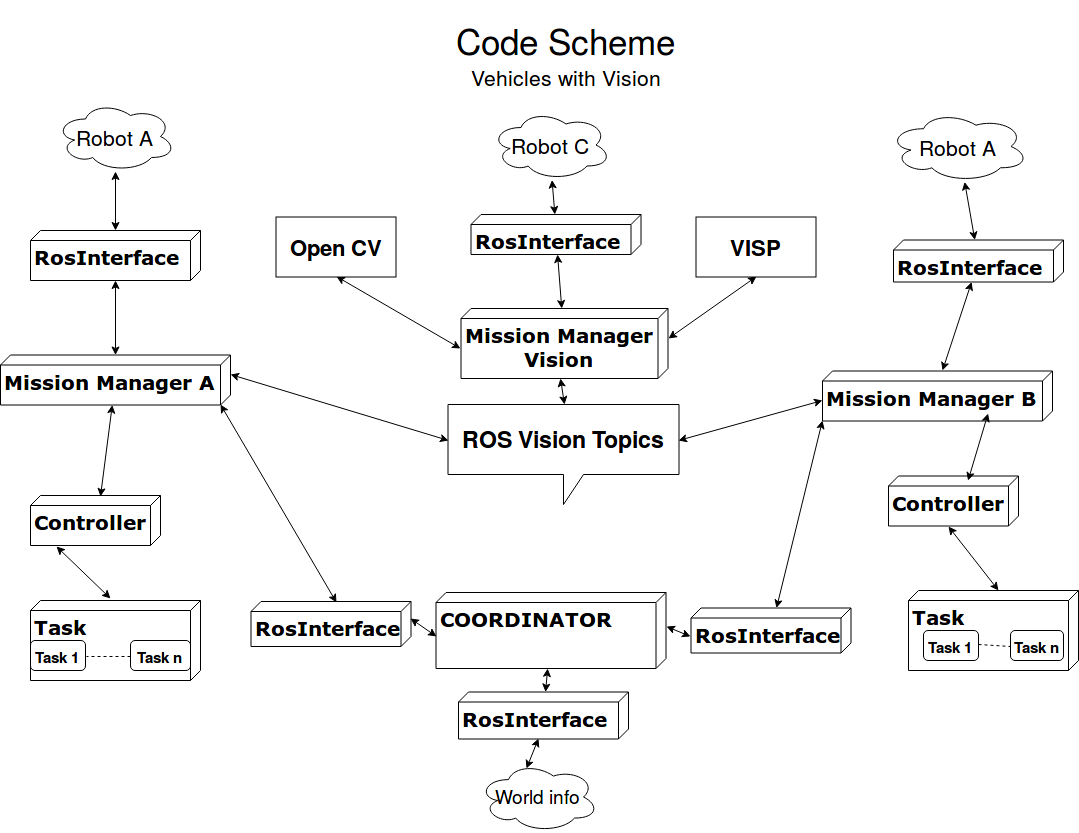
Above: images/CodeScheme.png in torydebra/AUV-Coop-Assembly (draw.io), before the change. Source tidied: cells renumbered, new cells last; positions are measured from the earlier drawing's top-left corner, leaving out a move shared by most shapes.
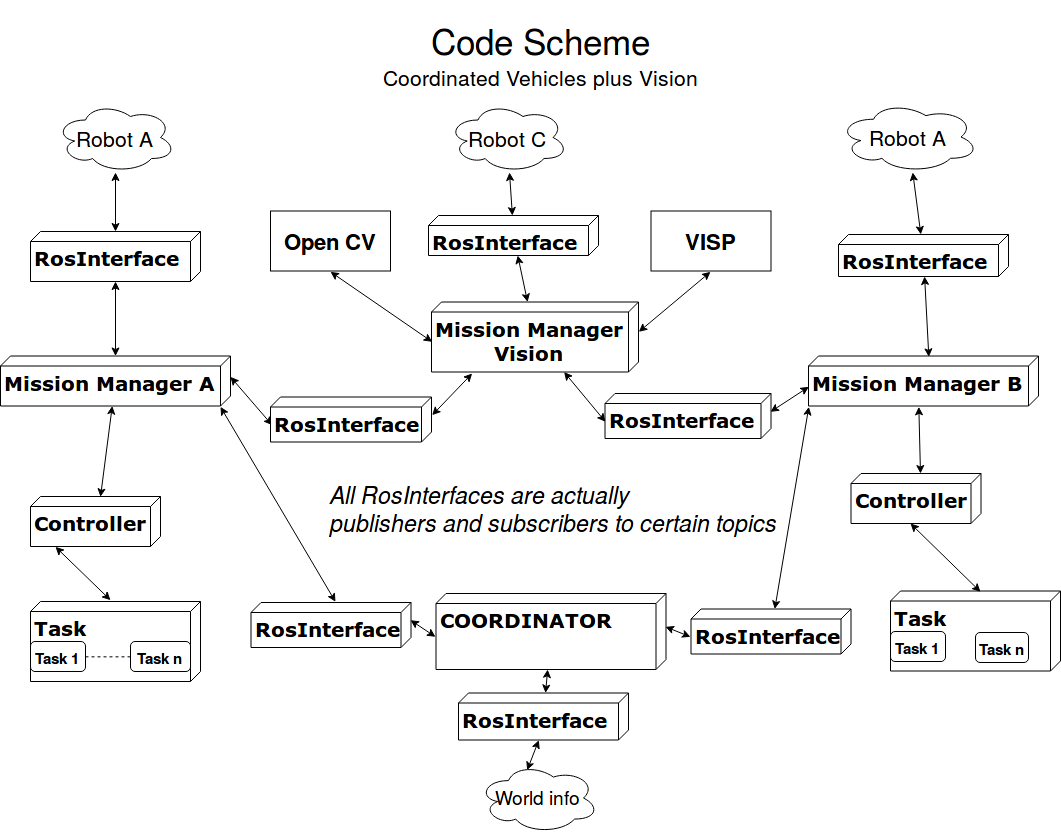
Above is the later version.

Commit message:
scheme corrected

What changed in the source:
```diff
@@ -34,20 +34,23 @@
     <mxCell id="11" style="endArrow=classic;startArrow=classic;html=1;exitX=0;exitY=0;exitDx=0;exitDy=60;exitPerimeter=0;" parent="1" edge="1" source="8" target="4">
       <mxGeometry relative="1" as="geometry" />
     </mxCell>
-    <mxCell id="12" value="&lt;p style=&quot;line-height: 0%&quot;&gt;Code Scheme &lt;br style=&quot;font-size: 35px&quot;&gt;&lt;/p&gt;&lt;div style=&quot;line-height: 20% ; font-size: 21px&quot;&gt;Vehicles with Vision&lt;/div&gt;&lt;div style=&quot;line-height: 20% ; font-size: 21px&quot;&gt;&lt;br&gt;&lt;/div&gt;&lt;p&gt;&lt;/p&gt;" style="text;html=1;align=center;verticalAlign=top;spacingTop=-4;fontSize=35;" parent="1" vertex="1">
-      <mxGeometry x="447.5" y="0.5" width="240" height="110" as="geometry" />
+    <mxCell id="12" value="&lt;p style=&quot;line-height: 0%&quot;&gt;Code Scheme &lt;br style=&quot;font-size: 35px&quot;&gt;&lt;/p&gt;&lt;div style=&quot;line-height: 20% ; font-size: 21px&quot;&gt;Coordinated Vehicles plus Vision&lt;/div&gt;&lt;div style=&quot;line-height: 20% ; font-size: 21px&quot;&gt;&lt;br&gt;&lt;/div&gt;&lt;p&gt;&lt;/p&gt;" style="text;html=1;align=center;verticalAlign=top;spacingTop=-4;fontSize=35;" parent="1" vertex="1">
+      <mxGeometry x="374.5" y="-0.5" width="320" height="110" as="geometry" />
     </mxCell>
     <mxCell id="13" value="&lt;font style=&quot;font-size: 15px&quot;&gt;&lt;b&gt;Task n&lt;/b&gt;&lt;/font&gt;" style="rounded=1;whiteSpace=wrap;html=1;verticalAlign=top;" parent="1" vertex="1">
       <mxGeometry x="130" y="640" width="60" height="30" as="geometry" />
     </mxCell>
     <mxCell id="14" value="&lt;div align=&quot;left&quot;&gt;&lt;b&gt;&lt;font style=&quot;font-size: 20px&quot;&gt;RosInterface&lt;/font&gt;&lt;/b&gt;&lt;span&gt;&lt;b&gt;&lt;br&gt;&lt;/b&gt;&lt;/span&gt;&lt;/div&gt;&lt;div align=&quot;left&quot;&gt;&lt;span&gt;&lt;br&gt;&lt;/span&gt;&lt;/div&gt;&lt;div style=&quot;font-size: 14px&quot; align=&quot;left&quot;&gt;&lt;span&gt;&lt;br&gt;&lt;/span&gt;&lt;/div&gt;&lt;div style=&quot;font-size: 14px&quot; align=&quot;left&quot;&gt;&lt;span&gt;&lt;br&gt;&lt;/span&gt;&lt;/div&gt;" style="verticalAlign=top;align=left;spacingTop=8;spacingLeft=2;spacingRight=12;shape=cube;size=10;direction=south;fontStyle=0;html=1;rounded=0;shadow=0;comic=0;labelBackgroundColor=none;strokeColor=#000000;strokeWidth=1;fillColor=#ffffff;fontFamily=Verdana;fontSize=12;fontColor=#000000;" parent="1" vertex="1">
-      <mxGeometry x="893" y="239.5" width="170" height="42" as="geometry" />
+      <mxGeometry x="838" y="233" width="170" height="42" as="geometry" />
     </mxCell>
+    <mxCell id="54" style="rounded=0;jettySize=auto;html=1;exitX=0;exitY=0;exitDx=30;exitDy=230;exitPerimeter=0;entryX=0;entryY=0;entryDx=17.5;entryDy=0;entryPerimeter=0;startArrow=classic;startFill=1;" parent="1" edge="1" source="15" target="58">
+      <mxGeometry relative="1" as="geometry" />
+    </mxCell>
     <mxCell id="15" value="&lt;div style=&quot;font-size: 20px&quot; align=&quot;left&quot;&gt;&lt;font style=&quot;font-size: 20px&quot;&gt;&lt;b&gt;Mission Manager B&lt;/b&gt;&lt;/font&gt;&lt;/div&gt;&lt;div style=&quot;font-size: 20px&quot; align=&quot;left&quot;&gt;&lt;font style=&quot;font-size: 20px&quot;&gt;&lt;b&gt;&lt;/b&gt;&lt;span&gt;&lt;b&gt;&lt;br&gt;&lt;/b&gt;&lt;/span&gt;&lt;/font&gt;&lt;/div&gt;&lt;div style=&quot;font-size: 20px&quot; align=&quot;left&quot;&gt;&lt;font style=&quot;font-size: 20px&quot;&gt;&lt;span&gt;&lt;br&gt;&lt;/span&gt;&lt;/font&gt;&lt;/div&gt;&lt;div style=&quot;font-size: 15px&quot; align=&quot;left&quot;&gt;&lt;font style=&quot;font-size: 15px&quot;&gt;&lt;span&gt;&lt;font style=&quot;font-size: 15px&quot;&gt;&lt;br&gt;&lt;/font&gt;&lt;/span&gt;&lt;/font&gt;&lt;/div&gt;&lt;div style=&quot;font-size: 15px&quot; align=&quot;left&quot;&gt;&lt;font style=&quot;font-size: 15px&quot;&gt;&lt;span&gt;&lt;br&gt;&lt;/span&gt;&lt;/font&gt;&lt;/div&gt;&lt;font size=&quot;1&quot;&gt;&lt;/font&gt;" style="verticalAlign=top;align=left;spacingTop=8;spacingLeft=2;spacingRight=12;shape=cube;size=10;direction=south;fontStyle=0;html=1;rounded=0;shadow=0;comic=0;labelBackgroundColor=none;strokeColor=#000000;strokeWidth=1;fillColor=#ffffff;fontFamily=Verdana;fontSize=12;fontColor=#000000;" parent="1" vertex="1">
-      <mxGeometry x="822" y="370.5" width="230" height="50" as="geometry" />
+      <mxGeometry x="808" y="354.5" width="230" height="50" as="geometry" />
     </mxCell>
     <mxCell id="16" value="&lt;div style=&quot;font-size: 20px&quot;&gt;&lt;b&gt;Task&lt;/b&gt;&lt;/div&gt;&lt;div&gt;&amp;nbsp;&lt;br&gt;&lt;/div&gt;" style="verticalAlign=top;align=left;spacingTop=8;spacingLeft=2;spacingRight=12;shape=cube;size=10;direction=south;fontStyle=0;html=1;rounded=0;shadow=0;comic=0;labelBackgroundColor=none;strokeColor=#000000;strokeWidth=1;fillColor=#ffffff;fontFamily=Verdana;fontSize=12;fontColor=#000000;" parent="1" vertex="1">
-      <mxGeometry x="908" y="590" width="170" height="80" as="geometry" />
+      <mxGeometry x="890" y="589.5" width="170" height="80" as="geometry" />
     </mxCell>
     <mxCell id="17" style="endArrow=classic;startArrow=classic;html=1;entryX=0;entryY=0;entryDx=0;entryDy=110.00000000000001;entryPerimeter=0;" parent="1" edge="1" source="14" target="15">
       <mxGeometry relative="1" as="geometry" />
@@ -56,24 +59,21 @@
       <mxGeometry relative="1" as="geometry" />
     </mxCell>
     <mxCell id="19" value="&lt;div style=&quot;font-size: 20px&quot; align=&quot;left&quot;&gt;&lt;b&gt;Controller&lt;/b&gt;&lt;font style=&quot;font-size: 20px&quot;&gt;&lt;span&gt;&lt;b&gt;&lt;br&gt;&lt;/b&gt;&lt;/span&gt;&lt;/font&gt;&lt;/div&gt;&lt;div style=&quot;font-size: 15px&quot; align=&quot;left&quot;&gt;&lt;font style=&quot;font-size: 15px&quot;&gt;&lt;span&gt;&lt;/span&gt;&lt;/font&gt; &lt;br&gt;&lt;/div&gt;" style="verticalAlign=top;align=left;spacingTop=8;spacingLeft=2;spacingRight=12;shape=cube;size=10;direction=south;fontStyle=0;html=1;rounded=0;shadow=0;comic=0;labelBackgroundColor=none;strokeColor=#000000;strokeWidth=1;fillColor=#ffffff;fontFamily=Verdana;fontSize=12;fontColor=#000000;" parent="1" vertex="1">
-      <mxGeometry x="888" y="475.5" width="130" height="50" as="geometry" />
+      <mxGeometry x="850.5" y="472" width="130" height="50" as="geometry" />
     </mxCell>
     <mxCell id="20" value="&lt;div style=&quot;font-size: 15px&quot;&gt;&lt;font style=&quot;font-size: 15px&quot;&gt;&lt;b&gt;Task 1&lt;/b&gt;&lt;/font&gt;&lt;/div&gt;&lt;div style=&quot;font-size: 15px&quot;&gt;&lt;font style=&quot;font-size: 15px&quot;&gt;&lt;b&gt;&lt;br&gt;&lt;/b&gt;&lt;/font&gt;&lt;/div&gt;" style="rounded=1;whiteSpace=wrap;html=1;verticalAlign=top;" parent="1" vertex="1">
-      <mxGeometry x="923" y="630" width="55" height="30" as="geometry" />
+      <mxGeometry x="890" y="630" width="55" height="30" as="geometry" />
     </mxCell>
     <mxCell id="21" style="endArrow=none;dashed=1;html=1;entryX=0;entryY=0.5;entryDx=0;entryDy=0;" parent="1" edge="1" target="23">
       <mxGeometry relative="1" as="geometry">
         <mxPoint x="978" y="644" as="sourcePoint" />
       </mxGeometry>
     </mxCell>
-    <mxCell id="22" style="endArrow=classic;startArrow=classic;html=1;exitX=0;exitY=0;exitDx=0;exitDy=160;exitPerimeter=0;entryX=0;entryY=0;entryDx=50;entryDy=120.00000000000001;entryPerimeter=0;" parent="1" edge="1">
-      <mxGeometry relative="1" as="geometry">
-        <mxPoint x="967.6" y="480.1" as="sourcePoint" />
-        <mxPoint x="987.6" y="413" as="targetPoint" />
-      </mxGeometry>
+    <mxCell id="22" style="endArrow=classic;startArrow=classic;html=1;exitX=0;exitY=0;exitDx=0;exitDy=60;exitPerimeter=0;entryX=0;entryY=0;entryDx=50;entryDy=120;entryPerimeter=0;" parent="1" edge="1" source="19" target="15">
+      <mxGeometry relative="1" as="geometry" />
     </mxCell>
     <mxCell id="23" value="&lt;font style=&quot;font-size: 15px&quot;&gt;&lt;b&gt;Task n&lt;/b&gt;&lt;/font&gt;" style="rounded=1;whiteSpace=wrap;html=1;verticalAlign=top;" parent="1" vertex="1">
-      <mxGeometry x="1010" y="630" width="53" height="30" as="geometry" />
+      <mxGeometry x="975" y="631" width="53" height="30" as="geometry" />
     </mxCell>
     <mxCell id="24" style="edgeStyle=none;rounded=0;jettySize=auto;html=1;startArrow=classic;startFill=1;" parent="1" edge="1" source="26" target="32">
       <mxGeometry relative="1" as="geometry" />
@@ -94,7 +94,7 @@
       <mxGeometry relative="1" as="geometry" />
     </mxCell>
     <mxCell id="30" value="&lt;font style=&quot;font-size: 21px&quot;&gt;Robot A&lt;/font&gt;" style="ellipse;shape=cloud;whiteSpace=wrap;html=1;" parent="1" vertex="1">
-      <mxGeometry x="888" y="110.5" width="140" height="71" as="geometry" />
+      <mxGeometry x="838" y="100" width="140" height="71" as="geometry" />
     </mxCell>
     <mxCell id="31" value="&lt;font style=&quot;font-size: 19px&quot;&gt;World info&lt;/font&gt;" style="ellipse;shape=cloud;whiteSpace=wrap;html=1;" parent="1" vertex="1">
       <mxGeometry x="478" y="761.6" width="120" height="70" as="geometry" />
@@ -129,13 +129,10 @@
       </mxGeometry>
     </mxCell>
     <mxCell id="41" value="&lt;div align=&quot;center&quot;&gt;&lt;b&gt;&lt;font style=&quot;font-size: 20px&quot;&gt;RosInterface&lt;/font&gt;&lt;/b&gt;&lt;span&gt;&lt;b&gt;&lt;br&gt;&lt;/b&gt;&lt;/span&gt;&lt;/div&gt;&lt;div align=&quot;center&quot;&gt;&lt;span&gt;&lt;br&gt;&lt;/span&gt;&lt;/div&gt;&lt;div style=&quot;font-size: 14px&quot; align=&quot;center&quot;&gt;&lt;span&gt;&lt;br&gt;&lt;/span&gt;&lt;/div&gt;&lt;div style=&quot;font-size: 14px&quot; align=&quot;center&quot;&gt;&lt;span&gt;&lt;br&gt;&lt;/span&gt;&lt;/div&gt;" style="verticalAlign=top;align=left;spacingTop=8;spacingLeft=2;spacingRight=12;shape=cube;size=10;direction=south;fontStyle=0;html=1;rounded=0;shadow=0;comic=0;labelBackgroundColor=none;strokeColor=#000000;strokeWidth=1;fillColor=#ffffff;fontFamily=Verdana;fontSize=12;fontColor=#000000;" parent="1" vertex="1">
-      <mxGeometry x="470.5" y="214" width="170" height="40" as="geometry" />
+      <mxGeometry x="428" y="214" width="170" height="40" as="geometry" />
     </mxCell>
-    <mxCell id="42" style="edgeStyle=none;rounded=0;jettySize=auto;html=1;exitX=0;exitY=0;exitDx=70;exitDy=108.49999999999999;exitPerimeter=0;entryX=0.5;entryY=0;entryDx=0;entryDy=0;entryPerimeter=0;startArrow=classic;startFill=1;" parent="1" edge="1" source="43" target="53">
-      <mxGeometry relative="1" as="geometry" />
-    </mxCell>
     <mxCell id="43" value="&lt;div style=&quot;font-size: 20px&quot; align=&quot;left&quot;&gt;&lt;font style=&quot;font-size: 20px&quot;&gt;&lt;b&gt;Mission Manager &lt;br&gt;&lt;/b&gt;&lt;/font&gt;&lt;/div&gt;&lt;div style=&quot;font-size: 20px&quot; align=&quot;center&quot;&gt;&lt;font style=&quot;font-size: 20px&quot;&gt;&lt;b&gt;Vision&lt;/b&gt;&lt;span&gt;&lt;b&gt;&lt;br&gt;&lt;/b&gt;&lt;/span&gt;&lt;/font&gt;&lt;/div&gt;&lt;div style=&quot;font-size: 20px&quot; align=&quot;left&quot;&gt;&lt;font style=&quot;font-size: 20px&quot;&gt;&lt;span&gt;&lt;br&gt;&lt;/span&gt;&lt;/font&gt;&lt;/div&gt;&lt;div style=&quot;font-size: 15px&quot; align=&quot;left&quot;&gt;&lt;font style=&quot;font-size: 15px&quot;&gt;&lt;span&gt;&lt;font style=&quot;font-size: 15px&quot;&gt;&lt;br&gt;&lt;/font&gt;&lt;/span&gt;&lt;/font&gt;&lt;/div&gt;&lt;div style=&quot;font-size: 15px&quot; align=&quot;left&quot;&gt;&lt;font style=&quot;font-size: 15px&quot;&gt;&lt;span&gt;&lt;br&gt;&lt;/span&gt;&lt;/font&gt;&lt;/div&gt;" style="verticalAlign=top;align=left;spacingTop=8;spacingLeft=2;spacingRight=12;shape=cube;size=10;direction=south;fontStyle=0;html=1;rounded=0;shadow=0;comic=0;labelBackgroundColor=none;strokeColor=#000000;strokeWidth=1;fillColor=#ffffff;fontFamily=Verdana;fontSize=12;fontColor=#000000;" parent="1" vertex="1">
-      <mxGeometry x="460.5" y="308" width="207" height="70" as="geometry" />
+      <mxGeometry x="431" y="300.5" width="207" height="70" as="geometry" />
     </mxCell>
     <mxCell id="44" style="endArrow=classic;startArrow=classic;html=1;" parent="1" edge="1" source="41" target="43">
       <mxGeometry relative="1" as="geometry" />
@@ -144,28 +141,37 @@
       <mxGeometry relative="1" as="geometry" />
     </mxCell>
     <mxCell id="46" value="&lt;font style=&quot;font-size: 21px&quot;&gt;Robot C&lt;br&gt;&lt;/font&gt;" style="ellipse;shape=cloud;whiteSpace=wrap;html=1;" parent="1" vertex="1">
-      <mxGeometry x="490.5" y="109.5" width="120" height="70" as="geometry" />
+      <mxGeometry x="447.5" y="101" width="120" height="70" as="geometry" />
     </mxCell>
     <mxCell id="47" style="edgeStyle=none;rounded=0;jettySize=auto;html=1;exitX=0.5;exitY=1;exitDx=0;exitDy=0;entryX=0;entryY=0;entryDx=40;entryDy=206.99999999999997;entryPerimeter=0;startArrow=classic;startFill=1;" parent="1" edge="1" source="48" target="43">
       <mxGeometry relative="1" as="geometry" />
     </mxCell>
     <mxCell id="48" value="&lt;font style=&quot;font-size: 22px&quot;&gt;&lt;b&gt;Open CV&lt;/b&gt;&lt;/font&gt;" style="rounded=0;whiteSpace=wrap;html=1;" parent="1" vertex="1">
-      <mxGeometry x="275.5" y="216.5" width="120" height="60" as="geometry" />
+      <mxGeometry x="270" y="209.5" width="120" height="60" as="geometry" />
     </mxCell>
     <mxCell id="49" style="edgeStyle=none;rounded=0;jettySize=auto;html=1;exitX=0.5;exitY=1;exitDx=0;exitDy=0;entryX=0;entryY=0;entryDx=30;entryDy=0;entryPerimeter=0;startArrow=classic;startFill=1;" parent="1" edge="1" source="50" target="43">
       <mxGeometry relative="1" as="geometry" />
     </mxCell>
     <mxCell id="50" value="&lt;font style=&quot;font-size: 22px&quot;&gt;&lt;b&gt;VISP&lt;/b&gt;&lt;/font&gt;" style="rounded=0;whiteSpace=wrap;html=1;" parent="1" vertex="1">
-      <mxGeometry x="695.5" y="216.5" width="120" height="60" as="geometry" />
+      <mxGeometry x="650.5" y="209.5" width="120" height="60" as="geometry" />
     </mxCell>
-    <mxCell id="51" style="edgeStyle=none;rounded=0;jettySize=auto;html=1;exitX=0;exitY=0;exitDx=0;exitDy=35;exitPerimeter=0;entryX=0;entryY=0;entryDx=20;entryDy=0;entryPerimeter=0;startArrow=classic;startFill=1;" parent="1" edge="1" source="53" target="4">
+    <mxCell id="51" style="edgeStyle=none;rounded=0;jettySize=auto;html=1;exitX=0;exitY=0;exitDx=27.5;exitDy=160;exitPerimeter=0;entryX=0;entryY=0;entryDx=20;entryDy=0;entryPerimeter=0;startArrow=classic;startFill=1;" parent="1" edge="1" source="56" target="4">
       <mxGeometry relative="1" as="geometry" />
     </mxCell>
-    <mxCell id="52" style="edgeStyle=none;rounded=0;jettySize=auto;html=1;exitX=0;exitY=0;exitDx=231;exitDy=35;exitPerimeter=0;entryX=0;entryY=0;entryDx=30;entryDy=230.00000000000003;entryPerimeter=0;startArrow=classic;startFill=1;" parent="1" edge="1" source="53" target="15">
-      <mxGeometry relative="1" as="geometry" />
-    </mxCell>
-    <mxCell id="53" value="&lt;b&gt;&lt;font style=&quot;font-size: 23px&quot;&gt;ROS Vision Topics&lt;/font&gt;&lt;/b&gt;" style="shape=callout;whiteSpace=wrap;html=1;perimeter=calloutPerimeter;" parent="1" vertex="1">
-      <mxGeometry x="447.5" y="404" width="231" height="100" as="geometry" />
-    </mxCell>
+    <mxCell id="55" style="edgeStyle=none;rounded=0;jettySize=auto;html=1;exitX=0;exitY=0;exitDx=17.5;exitDy=0;exitPerimeter=0;entryX=1.029;entryY=0.804;entryDx=0;entryDy=0;entryPerimeter=0;startArrow=classic;startFill=1;" parent="1" edge="1" source="56" target="43">
+      <mxGeometry relative="1" as="geometry" />
+    </mxCell>
+    <mxCell id="56" value="&lt;div align=&quot;left&quot;&gt;&lt;b&gt;&lt;font style=&quot;font-size: 20px&quot;&gt;RosInterface&lt;/font&gt;&lt;/b&gt;&lt;span&gt;&lt;b&gt;&lt;br&gt;&lt;/b&gt;&lt;/span&gt;&lt;/div&gt;&lt;div align=&quot;left&quot;&gt;&lt;span&gt;&lt;br&gt;&lt;/span&gt;&lt;/div&gt;&lt;div style=&quot;font-size: 14px&quot; align=&quot;left&quot;&gt;&lt;span&gt;&lt;br&gt;&lt;/span&gt;&lt;/div&gt;&lt;div style=&quot;font-size: 14px&quot; align=&quot;left&quot;&gt;&lt;span&gt;&lt;br&gt;&lt;/span&gt;&lt;/div&gt;" style="verticalAlign=top;align=left;spacingTop=8;spacingLeft=2;spacingRight=12;shape=cube;size=10;direction=south;fontStyle=0;html=1;rounded=0;shadow=0;comic=0;labelBackgroundColor=none;strokeColor=#000000;strokeWidth=1;fillColor=#ffffff;fontFamily=Verdana;fontSize=12;fontColor=#000000;" parent="1" vertex="1">
+      <mxGeometry x="270" y="395.5" width="161" height="45" as="geometry" />
+    </mxCell>
+    <mxCell id="57" style="edgeStyle=none;rounded=0;jettySize=auto;html=1;exitX=0;exitY=0;exitDx=27.5;exitDy=166;exitPerimeter=0;startArrow=classic;startFill=1;" parent="1" edge="1" source="58" target="43">
+      <mxGeometry relative="1" as="geometry" />
+    </mxCell>
+    <mxCell id="58" value="&lt;div align=&quot;left&quot;&gt;&lt;b&gt;&lt;font style=&quot;font-size: 20px&quot;&gt;RosInterface&lt;/font&gt;&lt;/b&gt;&lt;span&gt;&lt;b&gt;&lt;br&gt;&lt;/b&gt;&lt;/span&gt;&lt;/div&gt;&lt;div align=&quot;left&quot;&gt;&lt;span&gt;&lt;br&gt;&lt;/span&gt;&lt;/div&gt;&lt;div style=&quot;font-size: 14px&quot; align=&quot;left&quot;&gt;&lt;span&gt;&lt;br&gt;&lt;/span&gt;&lt;/div&gt;&lt;div style=&quot;font-size: 14px&quot; align=&quot;left&quot;&gt;&lt;span&gt;&lt;br&gt;&lt;/span&gt;&lt;/div&gt;" style="verticalAlign=top;align=left;spacingTop=8;spacingLeft=2;spacingRight=12;shape=cube;size=10;direction=south;fontStyle=0;html=1;rounded=0;shadow=0;comic=0;labelBackgroundColor=none;strokeColor=#000000;strokeWidth=1;fillColor=#ffffff;fontFamily=Verdana;fontSize=12;fontColor=#000000;" parent="1" vertex="1">
+      <mxGeometry x="604.5" y="392" width="166" height="45" as="geometry" />
+    </mxCell>
+    <mxCell id="59" value="&lt;div style=&quot;font-size: 23px&quot;&gt;&lt;i&gt;&lt;font style=&quot;font-size: 23px&quot;&gt;All RosInterfaces are actually &lt;br&gt;&lt;/font&gt;&lt;/i&gt;&lt;/div&gt;&lt;div style=&quot;font-size: 23px&quot;&gt;&lt;i&gt;&lt;font style=&quot;font-size: 23px&quot;&gt;publishers and subscribers to certain topics&lt;/font&gt;&lt;font style=&quot;font-size: 23px&quot;&gt;&lt;br&gt;&lt;/font&gt;&lt;/i&gt;&lt;/div&gt;" style="text;html=1;align=left;verticalAlign=top;spacingTop=-4;" parent="1" vertex="1">
+      <mxGeometry x="328" y="475.5" width="450" height="30" as="geometry" />
+    </mxCell>
   </root>
 </mxGraphModel>
```
